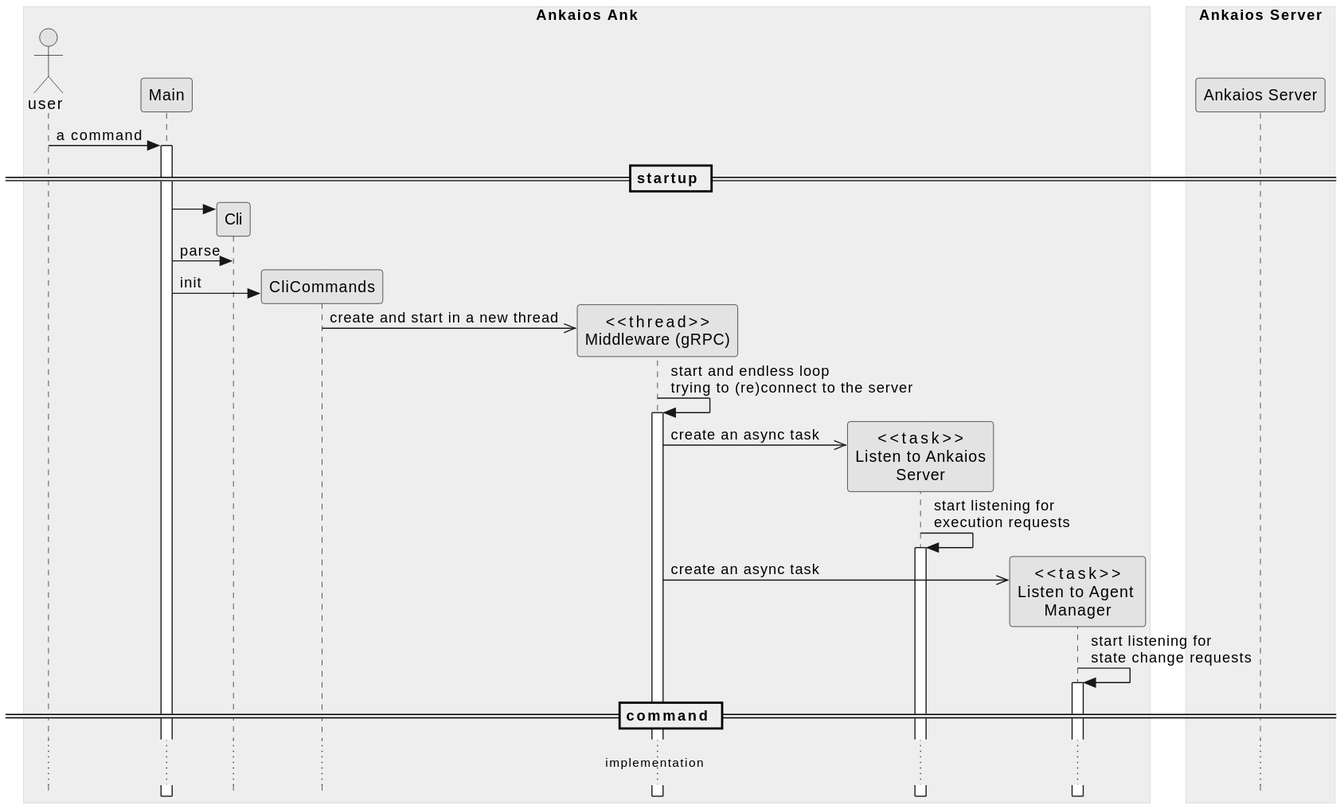
eclipse-ankaios/ankaios keeps this PlantUML diagram as ank/doc/swdesign/plantuml/seq_cmd_startup.svg. Above is the earlier version. Its diagram source:
```plantuml
@startuml seq_cmd_startup
!include ../../../../doc/plantuml/clean.skin

box "Ankaios Ank"
    actor "user" as user
    participant Main as main
    participant "Cli" as cli
    participant "CliCommands" as cli_commands
    participant "<<thread>>\nMiddleware (gRPC)" as grpc_client
    participant "<<task>>\nListen to Ankaios\nServer" as listen_to_server
    participant "<<task>>\nListen to Agent \nManager" as listen_to_manager
end box

box "Ankaios Server"
    participant "Ankaios Server" as server
end box

user-> main ++ : a command

== startup ==

main -> cli **
main -> cli : parse
main -> cli_commands ** : init
cli_commands ->> grpc_client ** : create and start in a new thread

grpc_client -> grpc_client ++: start and endless loop \ntrying to (re)connect to the server
grpc_client ->> listen_to_server **: create an async task
listen_to_server -> listen_to_server ++: start listening for \nexecution requests

grpc_client ->> listen_to_manager **: create an async task
listen_to_manager -> listen_to_manager ++: start listening for \nstate change requests

== command ==

... implementation ...

@enduml
```
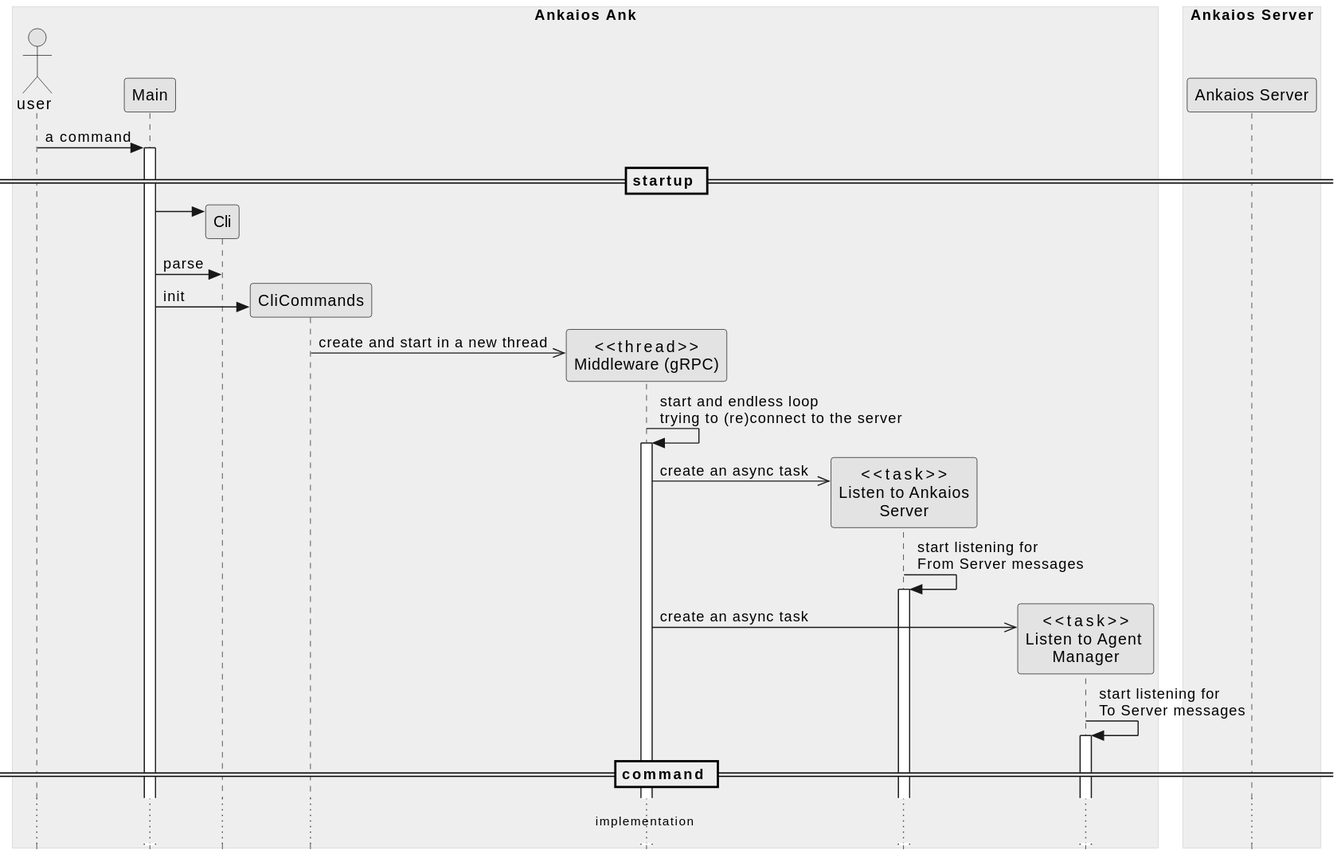
The same file after the commit.

What changed in the source:
```diff
@@ -1,5 +1,5 @@
 @startuml seq_cmd_startup
-!include ../../../../doc/plantuml/clean.skin
+!include ../../../../resources/doc/plantuml/clean.skin
 
 box "Ankaios Ank"
     actor "user" as user
@@ -26,10 +26,10 @@
 
 grpc_client -> grpc_client ++: start and endless loop \ntrying to (re)connect to the server
 grpc_client ->> listen_to_server **: create an async task
-listen_to_server -> listen_to_server ++: start listening for \nexecution requests
+listen_to_server -> listen_to_server ++: start listening for \nFrom Server messages
 
 grpc_client ->> listen_to_manager **: create an async task
-listen_to_manager -> listen_to_manager ++: start listening for \nstate change requests
+listen_to_manager -> listen_to_manager ++: start listening for \nTo Server messages
 
 == command ==
 
```
